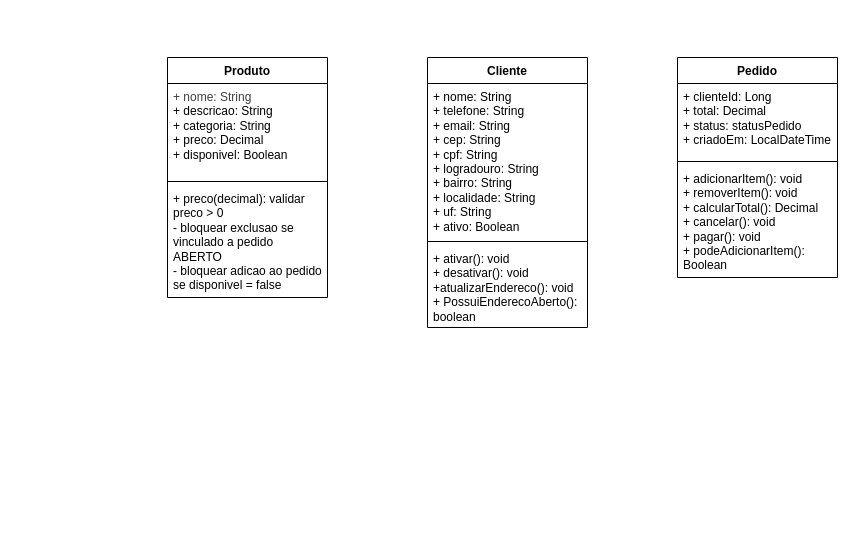
The draw.io diagram lanchonete.drawio in Jenniferkss/atividade-lanchonete, before the edit. Source tidied: cells renumbered, new cells numbered last; positions are measured from the earlier drawing's top-left corner, leaving out a move shared by most shapes. Both pictures are drawn from the tidied source at 100%, with x=0, y=0 at pixel (167, 57).
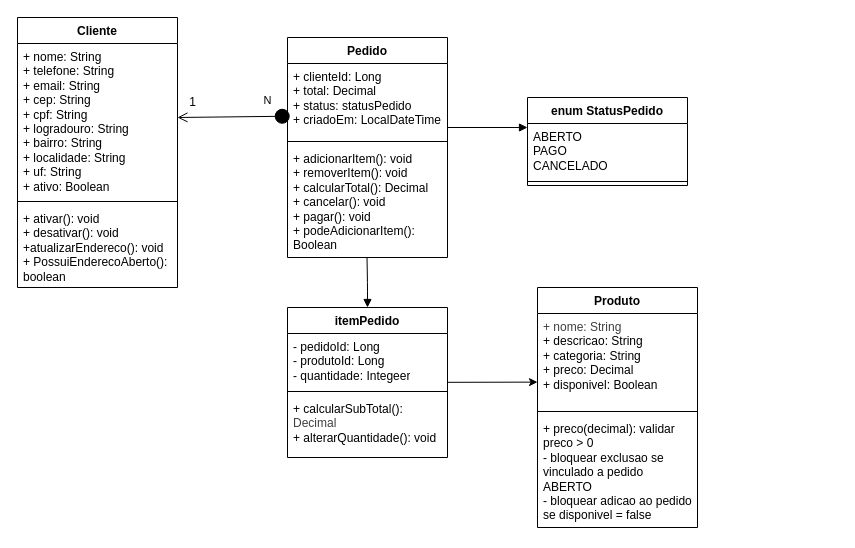
The same page after the edit.

The change refers to these unchanged cells:
```xml
<mxCell id="3" value="&lt;span style=&quot;color: rgb(63, 63, 63); background-color: transparent;&quot;&gt;+ nome: String&lt;/span&gt;&lt;div&gt;+ descricao: String&lt;/div&gt;&lt;div&gt;+ categoria: String&lt;/div&gt;&lt;div&gt;+ preco: Decimal&lt;/div&gt;&lt;div&gt;+ disponivel: Boolean&lt;/div&gt;" style="text;strokeColor=none;fillColor=none;align=left;verticalAlign=top;spacingLeft=4;spacingRight=4;overflow=hidden;points=[[0,0.5],[1,0.5]];portConstraint=eastwest;whiteSpace=wrap;html=1;" parent="2" vertex="1">
  <mxGeometry y="26" width="160" height="94" as="geometry" />
</mxCell>
<mxCell id="11" value="+ clienteId: Long&lt;div&gt;+ total: Decimal&lt;/div&gt;&lt;div&gt;+ status: statusPedido&lt;/div&gt;&lt;div&gt;+ criadoEm: LocalDateTime&lt;/div&gt;" style="text;strokeColor=none;fillColor=none;align=left;verticalAlign=top;spacingLeft=4;spacingRight=4;overflow=hidden;points=[[0,0.5],[1,0.5]];portConstraint=eastwest;whiteSpace=wrap;html=1;" parent="10" vertex="1">
  <mxGeometry y="26" width="160" height="74" as="geometry" />
</mxCell>
```

The edit, as a diff of the source:
```diff
@@
     <mxCell id="2" value="Produto" style="swimlane;fontStyle=1;align=center;verticalAlign=top;horizontal=1;startSize=26;whiteSpace=wrap;html=1;" parent="1" vertex="1">
-      <mxGeometry width="160" height="240" as="geometry" />
+      <mxGeometry x="370" y="230" width="160" height="240" as="geometry" />
     </mxCell>
@@
     <mxCell id="6" value="Cliente" style="swimlane;fontStyle=1;align=center;verticalAlign=top;horizontal=1;startSize=26;whiteSpace=wrap;html=1;" parent="1" vertex="1">
-      <mxGeometry x="260" width="160" height="270" as="geometry" />
+      <mxGeometry x="-150" y="-40" width="160" height="270" as="geometry" />
     </mxCell>
@@
     <mxCell id="10" value="Pedido" style="swimlane;fontStyle=1;align=center;verticalAlign=top;horizontal=1;startSize=26;whiteSpace=wrap;html=1;" parent="1" vertex="1">
-      <mxGeometry x="510" width="160" height="220" as="geometry" />
+      <mxGeometry x="120" y="-20" width="160" height="220" as="geometry" />
     </mxCell>
@@
+    <mxCell id="14" value="1" style="text;html=1;align=center;verticalAlign=middle;strokeColor=none;fillColor=none;" parent="1" vertex="1">
+      <mxGeometry x="10" y="30" width="30" height="30" as="geometry" />
+    </mxCell>
+    <mxCell id="15" style="html=1;verticalAlign=bottom;startArrow=circle;startFill=1;endArrow=open;startSize=6;endSize=8;curved=0;rounded=0;exitX=0.017;exitY=0.712;exitDx=0;exitDy=0;exitPerimeter=0;" parent="1" edge="1" source="11">
+      <mxGeometry relative="1" as="geometry">
+        <mxPoint x="10" y="60" as="targetPoint" />
+      </mxGeometry>
+    </mxCell>
+    <mxCell id="16" value="N" style="edgeLabel;html=1;align=center;verticalAlign=middle;" parent="15" vertex="1">
+      <mxGeometry x="0.7" y="-2" relative="1" as="geometry">
+        <mxPoint x="73" y="-15" as="offset" />
+      </mxGeometry>
+    </mxCell>
+    <mxCell id="17" style="endArrow=block;endFill=1;html=1;edgeStyle=orthogonalEdgeStyle;align=left;verticalAlign=top;" parent="1" edge="1">
+      <mxGeometry x="-1" relative="1" as="geometry">
+        <mxPoint x="199.5" y="200" as="sourcePoint" />
+        <mxPoint x="200" y="250" as="targetPoint" />
+      </mxGeometry>
+    </mxCell>
+    <mxCell id="18" style="html=1;verticalAlign=bottom;endArrow=block;curved=0;rounded=0;" parent="1" edge="1">
+      <mxGeometry relative="1" as="geometry">
+        <mxPoint x="280" y="70" as="sourcePoint" />
+        <mxPoint x="360" y="70" as="targetPoint" />
+      </mxGeometry>
+    </mxCell>
+    <mxCell id="19" style="edgeStyle=none;html=1;entryX=0;entryY=0.73;entryDx=0;entryDy=0;entryPerimeter=0;" parent="1" edge="1" source="20" target="3">
+      <mxGeometry relative="1" as="geometry" />
+    </mxCell>
+    <mxCell id="20" value="itemPedido" style="swimlane;fontStyle=1;align=center;verticalAlign=top;horizontal=1;startSize=26;whiteSpace=wrap;html=1;" parent="1" vertex="1">
+      <mxGeometry x="120" y="250" width="160" height="150" as="geometry" />
+    </mxCell>
+    <mxCell id="21" value="- pedidoId: Long&lt;div&gt;- produtoId: Long&lt;/div&gt;&lt;div&gt;- quantidade: Integeer&lt;/div&gt;" style="text;strokeColor=none;fillColor=none;align=left;verticalAlign=top;spacingLeft=4;spacingRight=4;overflow=hidden;whiteSpace=wrap;html=1;" parent="20" vertex="1">
+      <mxGeometry y="26" width="160" height="54" as="geometry" />
+    </mxCell>
+    <mxCell id="22" style="line;strokeWidth=1;fillColor=none;align=left;verticalAlign=middle;spacingTop=-1;spacingLeft=3;spacingRight=3;labelPosition=right;strokeColor=inherit;" parent="20" vertex="1">
+      <mxGeometry y="80" width="160" height="8" as="geometry" />
+    </mxCell>
+    <mxCell id="23" value="+ calcularSubTotal():&amp;nbsp;&lt;div&gt;&lt;span style=&quot;color: rgb(63, 63, 63); background-color: transparent;&quot;&gt;Decimal&lt;/span&gt;&lt;div&gt;+ alterarQuantidade(): void&lt;/div&gt;&lt;/div&gt;" style="text;strokeColor=none;fillColor=none;align=left;verticalAlign=top;spacingLeft=4;spacingRight=4;overflow=hidden;whiteSpace=wrap;html=1;" parent="20" vertex="1">
+      <mxGeometry y="88" width="160" height="62" as="geometry" />
+    </mxCell>
+    <mxCell id="24" value="enum StatusPedido" style="swimlane;fontStyle=1;align=center;verticalAlign=top;horizontal=1;startSize=26;whiteSpace=wrap;html=1;" parent="1" vertex="1">
+      <mxGeometry x="360" y="40" width="160" height="88" as="geometry" />
+    </mxCell>
+    <mxCell id="25" value="ABERTO&lt;div&gt;PAGO&lt;/div&gt;&lt;div&gt;CANCELADO&lt;/div&gt;" style="text;strokeColor=none;fillColor=none;align=left;verticalAlign=top;spacingLeft=4;spacingRight=4;overflow=hidden;whiteSpace=wrap;html=1;" parent="24" vertex="1">
+      <mxGeometry y="26" width="160" height="54" as="geometry" />
+    </mxCell>
+    <mxCell id="26" style="line;strokeWidth=1;fillColor=none;align=left;verticalAlign=middle;spacingTop=-1;spacingLeft=3;spacingRight=3;labelPosition=right;strokeColor=inherit;" parent="24" vertex="1">
+      <mxGeometry y="80" width="160" height="8" as="geometry" />
+    </mxCell>
```
